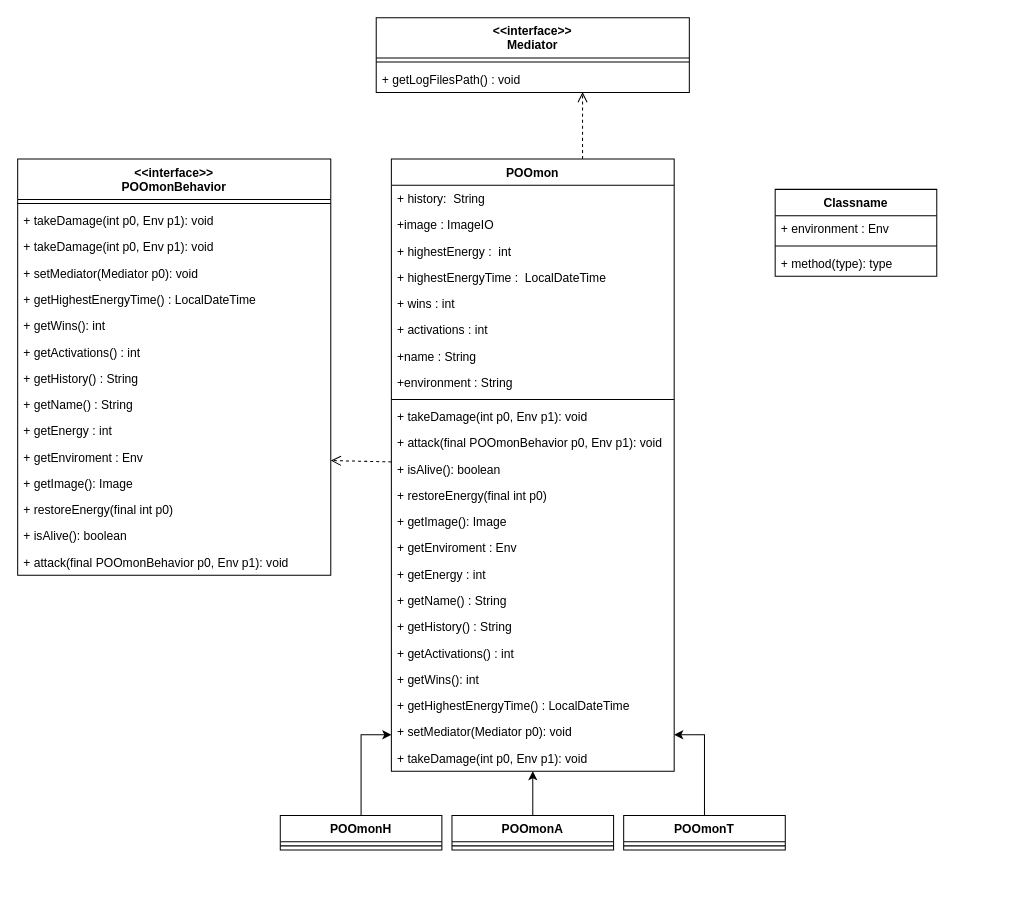
Before: Untitled Diagram.drawio in rbkretzer/POO212-A-F, a draw.io diagram. Source tidied: cells renumbered, new cells numbered last; positions are measured from the earlier drawing's top-left corner, leaving out a move shared by most shapes. Both pictures are drawn from the tidied source at 101%, with x=0, y=0 at pixel (17, 17).
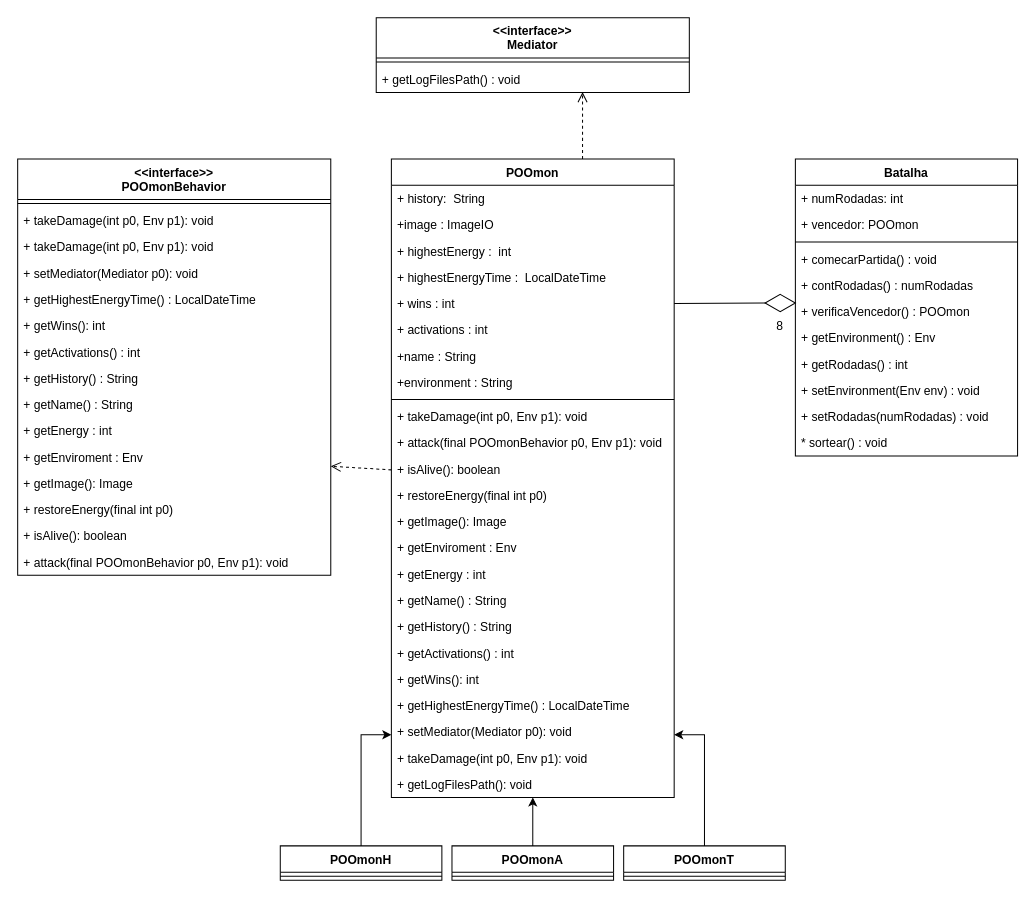
The same diagram, later.

The change refers to these unchanged cells:
```xml
<mxCell id="10" value="+ wins : int" style="text;strokeColor=none;fillColor=none;align=left;verticalAlign=top;spacingLeft=4;spacingRight=4;overflow=hidden;points=[[0,0.5],[1,0.5]];portConstraint=eastwest;" parent="5" vertex="1">
  <mxGeometry y="130" width="280" height="26" as="geometry" />
</mxCell>
```

What changed in the source:
```diff
@@
     <mxCell id="5" value="POOmon" style="swimlane;fontStyle=1;align=center;verticalAlign=top;horizontal=1;startSize=26;fillColor=default;gradientColor=none;" parent="1" vertex="1">
-      <mxGeometry x="370" y="140" width="280" height="606" as="geometry" />
+      <mxGeometry x="370" y="140" width="280" height="632" as="geometry" />
     </mxCell>
@@
+    <mxCell id="60" value="+ getLogFilesPath(): void" style="text;strokeColor=none;fillColor=none;align=left;verticalAlign=top;spacingLeft=4;spacingRight=4;overflow=hidden;" parent="5" vertex="1">
+      <mxGeometry y="606" width="280" height="26" as="geometry" />
+    </mxCell>
     <mxCell id="29" value="POOmonH" style="swimlane;fontStyle=1;align=center;verticalAlign=top;horizontal=1;startSize=26;fillColor=default;gradientColor=none;" parent="1" vertex="1">
-      <mxGeometry x="260" y="790" width="160" height="34" as="geometry" />
+      <mxGeometry x="260" y="820" width="160" height="34" as="geometry" />
     </mxCell>
@@
     <mxCell id="31" value="POOmonA" style="swimlane;fontStyle=1;align=center;verticalAlign=top;horizontal=1;startSize=26;fillColor=default;gradientColor=none;" parent="1" vertex="1">
-      <mxGeometry x="430" y="790" width="160" height="34" as="geometry" />
+      <mxGeometry x="430" y="820" width="160" height="34" as="geometry" />
     </mxCell>
@@
     <mxCell id="33" value="POOmonT" style="swimlane;fontStyle=1;align=center;verticalAlign=top;horizontal=1;startSize=26;fillColor=default;gradientColor=none;" parent="1" vertex="1">
-      <mxGeometry x="600" y="790" width="160" height="34" as="geometry" />
+      <mxGeometry x="600" y="820" width="160" height="34" as="geometry" />
     </mxCell>
@@
-    <mxCell id="56" value="Classname" style="swimlane;fontStyle=1;align=center;verticalAlign=top;horizontal=1;startSize=26;" parent="1" vertex="1">
-      <mxGeometry x="750" y="170" width="160" height="86" as="geometry" />
+    <mxCell id="56" value="Batalha" style="swimlane;fontStyle=1;align=center;verticalAlign=top;horizontal=1;startSize=26;" parent="1" vertex="1">
+      <mxGeometry x="770" y="140" width="220" height="294" as="geometry" />
     </mxCell>
-    <mxCell id="57" value="+ environment : Env" style="text;strokeColor=none;fillColor=none;align=left;verticalAlign=top;spacingLeft=4;spacingRight=4;overflow=hidden;" parent="56" vertex="1">
-      <mxGeometry y="26" width="160" height="26" as="geometry" />
-    </mxCell>
+    <mxCell id="61" value="+ numRodadas: int&#10;" style="text;strokeColor=none;fillColor=none;align=left;verticalAlign=top;spacingLeft=4;spacingRight=4;overflow=hidden;" parent="56" vertex="1">
+      <mxGeometry y="26" width="220" height="26" as="geometry" />
+    </mxCell>
+    <mxCell id="62" value="+ vencedor: POOmon&#10;" style="text;strokeColor=none;fillColor=none;align=left;verticalAlign=top;spacingLeft=4;spacingRight=4;overflow=hidden;" parent="56" vertex="1">
+      <mxGeometry y="52" width="220" height="26" as="geometry" />
+    </mxCell>
     <mxCell id="58" style="line;strokeWidth=1;fillColor=none;align=left;verticalAlign=middle;spacingTop=-1;spacingLeft=3;spacingRight=3;labelPosition=right;" parent="56" vertex="1">
-      <mxGeometry y="52" width="160" height="8" as="geometry" />
+      <mxGeometry y="78" width="220" height="8" as="geometry" />
     </mxCell>
-    <mxCell id="59" value="+ method(type): type" style="text;strokeColor=none;fillColor=none;align=left;verticalAlign=top;spacingLeft=4;spacingRight=4;overflow=hidden;" parent="56" vertex="1">
-      <mxGeometry y="60" width="160" height="26" as="geometry" />
+    <mxCell id="59" value="+ comecarPartida() : void&#10;" style="text;strokeColor=none;fillColor=none;align=left;verticalAlign=top;spacingLeft=4;spacingRight=4;overflow=hidden;" parent="56" vertex="1">
+      <mxGeometry y="86" width="220" height="26" as="geometry" />
     </mxCell>
+    <mxCell id="63" value="+ contRodadas() : numRodadas&#10;" style="text;strokeColor=none;fillColor=none;align=left;verticalAlign=top;spacingLeft=4;spacingRight=4;overflow=hidden;" parent="56" vertex="1">
+      <mxGeometry y="112" width="220" height="26" as="geometry" />
+    </mxCell>
+    <mxCell id="64" value="+ verificaVencedor() : POOmon&#10;" style="text;strokeColor=none;fillColor=none;align=left;verticalAlign=top;spacingLeft=4;spacingRight=4;overflow=hidden;points=[[0,0.5],[1,0.5]];portConstraint=eastwest;" parent="56" vertex="1">
+      <mxGeometry y="138" width="220" height="26" as="geometry" />
+    </mxCell>
+    <mxCell id="65" value="+ getEnvironment() : Env&#10;" style="text;strokeColor=none;fillColor=none;align=left;verticalAlign=top;spacingLeft=4;spacingRight=4;overflow=hidden;" parent="56" vertex="1">
+      <mxGeometry y="164" width="220" height="26" as="geometry" />
+    </mxCell>
+    <mxCell id="66" value="+ getRodadas() : int&#10;" style="text;strokeColor=none;fillColor=none;align=left;verticalAlign=top;spacingLeft=4;spacingRight=4;overflow=hidden;" parent="56" vertex="1">
+      <mxGeometry y="190" width="220" height="26" as="geometry" />
+    </mxCell>
+    <mxCell id="67" value="+ setEnvironment(Env env) : void&#10;" style="text;strokeColor=none;fillColor=none;align=left;verticalAlign=top;spacingLeft=4;spacingRight=4;overflow=hidden;" parent="56" vertex="1">
+      <mxGeometry y="216" width="220" height="26" as="geometry" />
+    </mxCell>
+    <mxCell id="68" value="+ setRodadas(numRodadas) : void&#10;" style="text;strokeColor=none;fillColor=none;align=left;verticalAlign=top;spacingLeft=4;spacingRight=4;overflow=hidden;" parent="56" vertex="1">
+      <mxGeometry y="242" width="220" height="26" as="geometry" />
+    </mxCell>
+    <mxCell id="69" value="* sortear() : void&#10;" style="text;strokeColor=none;fillColor=none;align=left;verticalAlign=top;spacingLeft=4;spacingRight=4;overflow=hidden;" parent="56" vertex="1">
+      <mxGeometry y="268" width="220" height="26" as="geometry" />
+    </mxCell>
+    <mxCell id="70" style="endArrow=none;html=1;rounded=0;exitX=1;exitY=0.5;exitDx=0;exitDy=0;entryX=-0.005;entryY=0.17;entryDx=0;entryDy=0;entryPerimeter=0;" parent="1" edge="1" source="10" target="64">
+      <mxGeometry relative="1" as="geometry" />
+    </mxCell>
+    <mxCell id="71" style="rhombus;whiteSpace=wrap;html=1;" parent="1" vertex="1">
+      <mxGeometry x="740" y="274" width="30" height="17" as="geometry" />
+    </mxCell>
+    <mxCell id="72" value="8" style="text;html=1;strokeColor=none;fillColor=none;align=center;verticalAlign=middle;whiteSpace=wrap;rounded=0;" parent="1" vertex="1">
+      <mxGeometry x="725" y="291" width="60" height="30" as="geometry" />
+    </mxCell>
```
